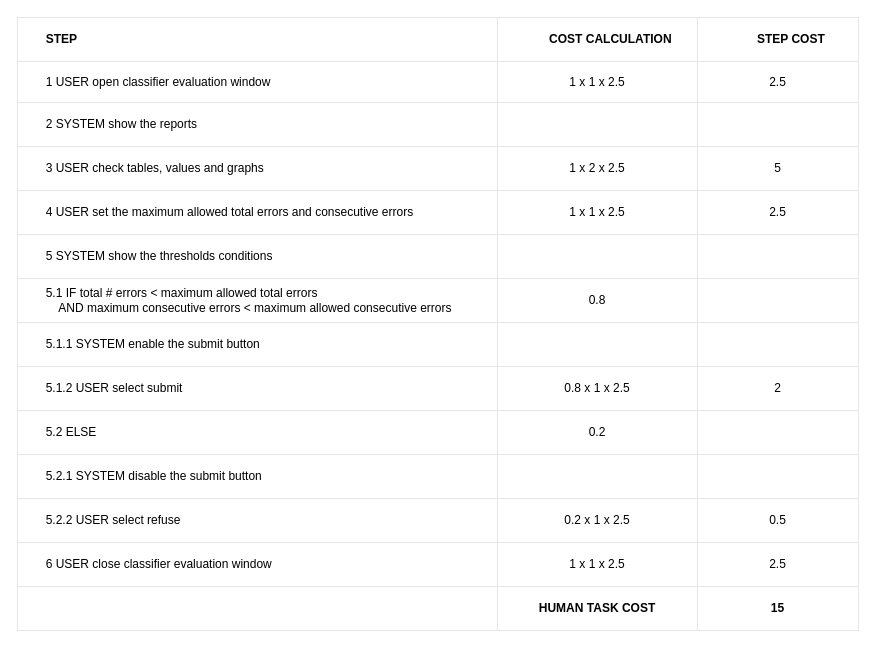
This is check_data_balancing_table.drawio from BaffoBello14/AutomaticDamagesRecognition, a draw.io file, before an edit. Source tidied: cells renumbered, new cells numbered last; positions are measured from the earlier drawing's top-left corner, leaving out a move shared by most shapes. Both pictures are drawn from the tidied source at 100%, with x=0, y=0 at pixel (17, 17).
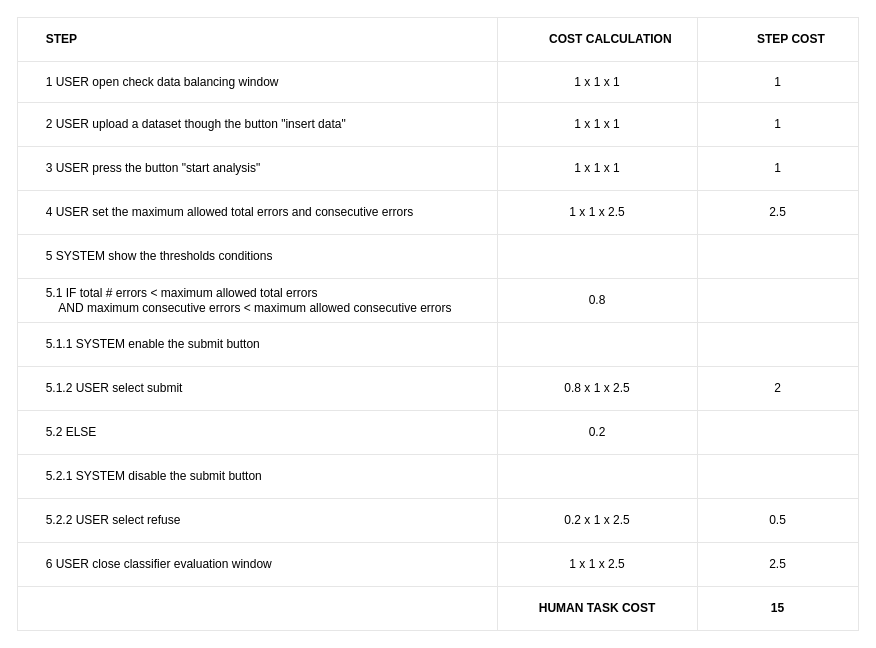
After the change.

The change refers to these unchanged cells:
```xml
<mxCell id="7" style="shape=tableRow;horizontal=0;startSize=0;swimlaneHead=0;swimlaneBody=0;top=0;left=0;bottom=0;right=0;fontStyle=0;fillColor=none;strokeColor=inherit;align=center;" parent="2" vertex="1">
  <mxGeometry y="44" width="841" height="41" as="geometry" />
</mxCell>
<mxCell id="11" style="shape=tableRow;horizontal=0;startSize=0;swimlaneHead=0;swimlaneBody=0;top=0;left=0;bottom=0;right=0;fontStyle=0;fillColor=none;strokeColor=inherit;align=center;" parent="2" vertex="1">
  <mxGeometry y="85" width="841" height="44" as="geometry" />
</mxCell>
<mxCell id="15" style="shape=tableRow;horizontal=0;startSize=0;swimlaneHead=0;swimlaneBody=0;top=0;left=0;bottom=0;right=0;fontStyle=0;fillColor=none;strokeColor=inherit;align=center;" parent="2" vertex="1">
  <mxGeometry y="129" width="841" height="44" as="geometry" />
</mxCell>
```

What changed in the source:
```diff
@@
-    <mxCell id="8" value="&lt;span style=&quot;white-space: pre;&quot;&gt;&#9;&lt;/span&gt;1 USER open classifier evaluation window&amp;nbsp;" style="strokeColor=inherit;fillColor=none;align=left;whiteSpace=wrap;html=1;labelPosition=center;verticalLabelPosition=middle;verticalAlign=middle;" parent="7" vertex="1">
+    <mxCell id="8" value="&lt;span style=&quot;white-space: pre;&quot;&gt;&#9;&lt;/span&gt;1 USER open check data balancing window&amp;nbsp;" style="strokeColor=inherit;fillColor=none;align=left;whiteSpace=wrap;html=1;labelPosition=center;verticalLabelPosition=middle;verticalAlign=middle;" parent="7" vertex="1">
       <mxGeometry width="480" height="41" as="geometry" />
     </mxCell>
-    <mxCell id="9" value="1 x 1 x 2.5" style="strokeColor=inherit;fillColor=none;align=center;whiteSpace=wrap;html=1;" parent="7" vertex="1">
+    <mxCell id="9" value="1 x 1 x 1" style="strokeColor=inherit;fillColor=none;align=center;whiteSpace=wrap;html=1;" parent="7" vertex="1">
       <mxGeometry x="480" width="200" height="41" as="geometry" />
     </mxCell>
-    <mxCell id="10" value="2.5" style="strokeColor=inherit;fillColor=none;align=center;whiteSpace=wrap;html=1;" parent="7" vertex="1">
+    <mxCell id="10" value="1" style="strokeColor=inherit;fillColor=none;align=center;whiteSpace=wrap;html=1;" parent="7" vertex="1">
       <mxGeometry x="680" width="161" height="41" as="geometry" />
     </mxCell>
@@
-    <mxCell id="12" value="&lt;span style=&quot;white-space: pre;&quot;&gt;&#9;&lt;/span&gt;2 SYSTEM show the reports" style="strokeColor=inherit;fillColor=none;align=left;whiteSpace=wrap;html=1;labelPosition=center;verticalLabelPosition=middle;verticalAlign=middle;" parent="11" vertex="1">
+    <mxCell id="12" value="&lt;span style=&quot;white-space: pre;&quot;&gt;&#9;&lt;/span&gt;2 USER upload a dataset though the button &quot;insert data&quot;" style="strokeColor=inherit;fillColor=none;align=left;whiteSpace=wrap;html=1;labelPosition=center;verticalLabelPosition=middle;verticalAlign=middle;" parent="11" vertex="1">
       <mxGeometry width="480" height="44" as="geometry" />
     </mxCell>
-    <mxCell id="13" value="&lt;span style=&quot;white-space: pre;&quot;&gt;&#9;&lt;/span&gt;" style="strokeColor=inherit;fillColor=none;align=center;whiteSpace=wrap;html=1;" parent="11" vertex="1">
+    <mxCell id="13" value="1 x 1 x 1" style="strokeColor=inherit;fillColor=none;align=center;whiteSpace=wrap;html=1;" parent="11" vertex="1">
       <mxGeometry x="480" width="200" height="44" as="geometry" />
     </mxCell>
-    <mxCell id="14" style="strokeColor=inherit;fillColor=none;align=center;whiteSpace=wrap;html=1;" parent="11" vertex="1">
+    <mxCell id="14" value="1" style="strokeColor=inherit;fillColor=none;align=center;whiteSpace=wrap;html=1;" parent="11" vertex="1">
       <mxGeometry x="680" width="161" height="44" as="geometry" />
     </mxCell>
@@
-    <mxCell id="16" value="&lt;div style=&quot;&quot;&gt;&lt;span style=&quot;background-color: initial;&quot;&gt;&lt;span style=&quot;white-space: pre;&quot;&gt;&#9;&lt;/span&gt;3 USER check tables, values and graphs&lt;/span&gt;&lt;/div&gt;" style="strokeColor=inherit;fillColor=none;align=left;whiteSpace=wrap;html=1;labelPosition=center;verticalLabelPosition=middle;verticalAlign=middle;" parent="15" vertex="1">
+    <mxCell id="16" value="&lt;div style=&quot;&quot;&gt;&lt;span style=&quot;background-color: initial;&quot;&gt;&lt;span style=&quot;white-space: pre;&quot;&gt;&#9;&lt;/span&gt;3 USER press the button &quot;start analysis&quot;&lt;/span&gt;&lt;/div&gt;" style="strokeColor=inherit;fillColor=none;align=left;whiteSpace=wrap;html=1;labelPosition=center;verticalLabelPosition=middle;verticalAlign=middle;" parent="15" vertex="1">
       <mxGeometry width="480" height="44" as="geometry" />
     </mxCell>
-    <mxCell id="17" value="1 x 2 x 2.5" style="strokeColor=inherit;fillColor=none;align=center;whiteSpace=wrap;html=1;" parent="15" vertex="1">
+    <mxCell id="17" value="1 x 1 x 1" style="strokeColor=inherit;fillColor=none;align=center;whiteSpace=wrap;html=1;" parent="15" vertex="1">
       <mxGeometry x="480" width="200" height="44" as="geometry" />
     </mxCell>
-    <mxCell id="18" value="5" style="strokeColor=inherit;fillColor=none;align=center;whiteSpace=wrap;html=1;" parent="15" vertex="1">
+    <mxCell id="18" value="1" style="strokeColor=inherit;fillColor=none;align=center;whiteSpace=wrap;html=1;" parent="15" vertex="1">
       <mxGeometry x="680" width="161" height="44" as="geometry" />
     </mxCell>
```
